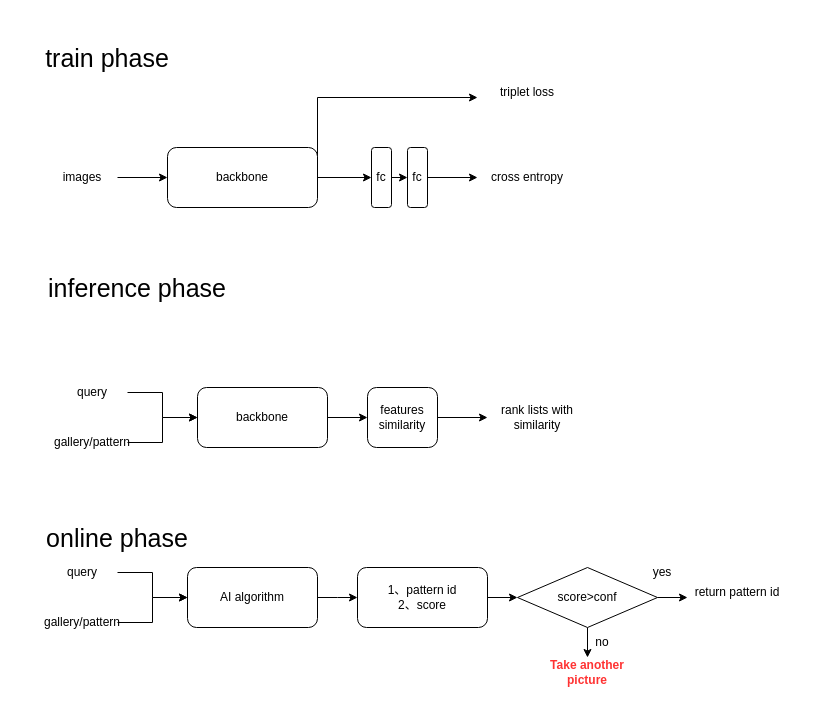
The draw.io diagram phone color.drawio in Linranran/my_images, before the edit. Source tidied: cells renumbered, new cells numbered last; positions are measured from the earlier drawing's top-left corner, leaving out a move shared by most shapes. Both pictures are drawn from the tidied source at 100%, with x=0, y=0 at pixel (17, 17).
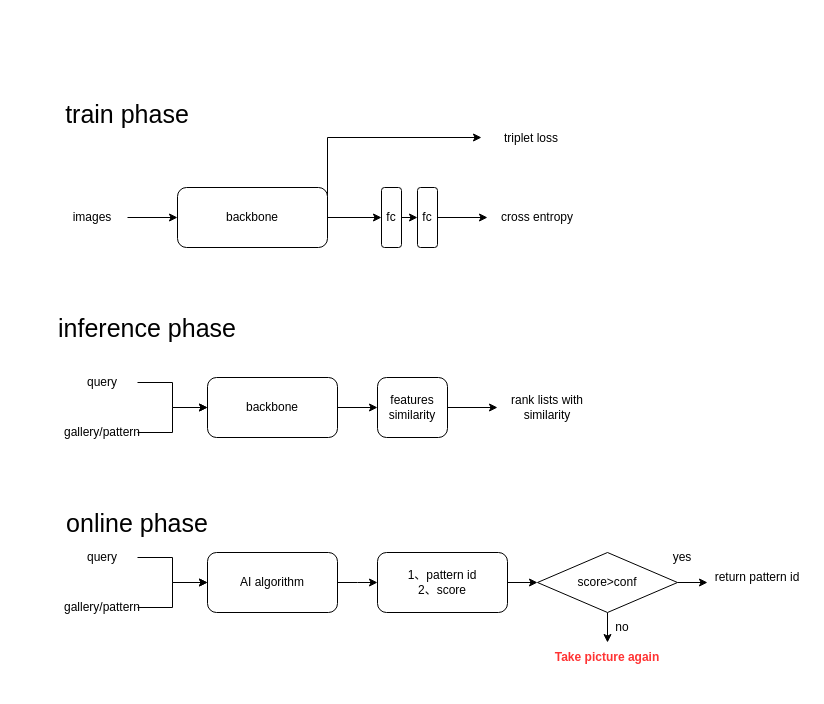
After the change.

Commit message:
后盖颜色识别流程图.drawio

Diff of the diagram source:
```diff
@@
     <mxCell id="3" style="edgeStyle=orthogonalEdgeStyle;rounded=0;jettySize=auto;html=1;exitX=1;exitY=0.5;exitDx=0;exitDy=0;" parent="1" edge="1" source="4" target="10">
       <mxGeometry relative="1" as="geometry">
         <Array as="points">
-          <mxPoint x="300" y="80" />
+          <mxPoint x="310" y="120" />
         </Array>
       </mxGeometry>
     </mxCell>
     <mxCell id="4" value="backbone" style="rounded=1;whiteSpace=wrap;html=1;" parent="1" vertex="1">
-      <mxGeometry x="150" y="130" width="150" height="60" as="geometry" />
+      <mxGeometry x="160" y="170" width="150" height="60" as="geometry" />
     </mxCell>
@@
     <mxCell id="6" value="fc" style="rounded=1;whiteSpace=wrap;html=1;" parent="1" vertex="1">
-      <mxGeometry x="354" y="130" width="20" height="60" as="geometry" />
+      <mxGeometry x="364" y="170" width="20" height="60" as="geometry" />
     </mxCell>
@@
     <mxCell id="8" value="fc" style="rounded=1;whiteSpace=wrap;html=1;" parent="1" vertex="1">
-      <mxGeometry x="390" y="130" width="20" height="60" as="geometry" />
+      <mxGeometry x="400" y="170" width="20" height="60" as="geometry" />
     </mxCell>
     <mxCell id="9" value="cross entropy" style="text;html=1;strokeColor=none;fillColor=none;align=center;verticalAlign=middle;whiteSpace=wrap;rounded=0;" parent="1" vertex="1">
-      <mxGeometry x="460" y="145" width="100" height="30" as="geometry" />
+      <mxGeometry x="470" y="185" width="100" height="30" as="geometry" />
     </mxCell>
     <mxCell id="10" value="triplet loss" style="text;html=1;strokeColor=none;fillColor=none;align=center;verticalAlign=middle;whiteSpace=wrap;rounded=0;" parent="1" vertex="1">
-      <mxGeometry x="460" y="60" width="100" height="30" as="geometry" />
+      <mxGeometry x="464" y="106" width="100" height="30" as="geometry" />
     </mxCell>
     <mxCell id="11" value="&lt;font style=&quot;font-size: 25px&quot;&gt;train phase&lt;/font&gt;" style="text;html=1;strokeColor=none;fillColor=none;align=center;verticalAlign=middle;whiteSpace=wrap;rounded=0;" parent="1" vertex="1">
-      <mxGeometry width="180" height="80" as="geometry" />
+      <mxGeometry x="20" y="56" width="180" height="80" as="geometry" />
     </mxCell>
     <mxCell id="12" value="&lt;font style=&quot;font-size: 25px&quot;&gt;inference phase&lt;/font&gt;" style="text;html=1;strokeColor=none;fillColor=none;align=center;verticalAlign=middle;whiteSpace=wrap;rounded=0;" parent="1" vertex="1">
-      <mxGeometry x="10" y="230" width="220" height="80" as="geometry" />
+      <mxGeometry x="20" y="270" width="220" height="80" as="geometry" />
     </mxCell>
@@
     <mxCell id="14" value="backbone" style="rounded=1;whiteSpace=wrap;html=1;" parent="1" vertex="1">
-      <mxGeometry x="180" y="370" width="130" height="60" as="geometry" />
+      <mxGeometry x="190" y="360" width="130" height="60" as="geometry" />
     </mxCell>
@@
     <mxCell id="16" value="images" style="text;html=1;strokeColor=none;fillColor=none;align=center;verticalAlign=middle;whiteSpace=wrap;rounded=0;" parent="1" vertex="1">
-      <mxGeometry x="30" y="145" width="70" height="30" as="geometry" />
+      <mxGeometry x="40" y="185" width="70" height="30" as="geometry" />
     </mxCell>
@@
     <mxCell id="18" value="query" style="text;html=1;strokeColor=none;fillColor=none;align=center;verticalAlign=middle;whiteSpace=wrap;rounded=0;" parent="1" vertex="1">
-      <mxGeometry x="40" y="360" width="70" height="30" as="geometry" />
+      <mxGeometry x="50" y="350" width="70" height="30" as="geometry" />
     </mxCell>
@@
     <mxCell id="20" value="gallery/pattern" style="text;html=1;strokeColor=none;fillColor=none;align=center;verticalAlign=middle;whiteSpace=wrap;rounded=0;" parent="1" vertex="1">
-      <mxGeometry x="40" y="410" width="70" height="30" as="geometry" />
+      <mxGeometry x="50" y="400" width="70" height="30" as="geometry" />
     </mxCell>
@@
     <mxCell id="22" value="features similarity" style="rounded=1;whiteSpace=wrap;html=1;" parent="1" vertex="1">
-      <mxGeometry x="350" y="370" width="70" height="60" as="geometry" />
+      <mxGeometry x="360" y="360" width="70" height="60" as="geometry" />
     </mxCell>
     <mxCell id="23" value="rank lists with similarity" style="text;html=1;strokeColor=none;fillColor=none;align=center;verticalAlign=middle;whiteSpace=wrap;rounded=0;" parent="1" vertex="1">
-      <mxGeometry x="470" y="385" width="100" height="30" as="geometry" />
+      <mxGeometry x="480" y="375" width="100" height="30" as="geometry" />
     </mxCell>
     <mxCell id="24" value="&lt;font style=&quot;font-size: 25px&quot;&gt;online phase&lt;/font&gt;" style="text;html=1;strokeColor=none;fillColor=none;align=center;verticalAlign=middle;whiteSpace=wrap;rounded=0;" parent="1" vertex="1">
-      <mxGeometry x="10" y="480" width="180" height="80" as="geometry" />
+      <mxGeometry x="30" y="465" width="180" height="80" as="geometry" />
     </mxCell>
     <mxCell id="25" style="edgeStyle=orthogonalEdgeStyle;rounded=0;jettySize=auto;html=1;fontSize=25;" parent="1" edge="1" source="26">
       <mxGeometry relative="1" as="geometry">
-        <mxPoint x="340" y="580" as="targetPoint" />
+        <mxPoint x="360" y="565" as="targetPoint" />
       </mxGeometry>
     </mxCell>
     <mxCell id="26" value="AI algorithm" style="rounded=1;whiteSpace=wrap;html=1;" parent="1" vertex="1">
-      <mxGeometry x="170" y="550" width="130" height="60" as="geometry" />
+      <mxGeometry x="190" y="535" width="130" height="60" as="geometry" />
     </mxCell>
@@
     <mxCell id="28" value="query" style="text;html=1;strokeColor=none;fillColor=none;align=center;verticalAlign=middle;whiteSpace=wrap;rounded=0;" parent="1" vertex="1">
-      <mxGeometry x="30" y="540" width="70" height="30" as="geometry" />
+      <mxGeometry x="50" y="525" width="70" height="30" as="geometry" />
     </mxCell>
@@
     <mxCell id="30" value="gallery/pattern" style="text;html=1;strokeColor=none;fillColor=none;align=center;verticalAlign=middle;whiteSpace=wrap;rounded=0;" parent="1" vertex="1">
-      <mxGeometry x="30" y="590" width="70" height="30" as="geometry" />
+      <mxGeometry x="50" y="575" width="70" height="30" as="geometry" />
     </mxCell>
@@
     <mxCell id="32" value="1、pattern id&lt;br&gt;2、score" style="rounded=1;whiteSpace=wrap;html=1;" parent="1" vertex="1">
-      <mxGeometry x="340" y="550" width="130" height="60" as="geometry" />
+      <mxGeometry x="360" y="535" width="130" height="60" as="geometry" />
     </mxCell>
     <mxCell id="33" style="edgeStyle=orthogonalEdgeStyle;rounded=0;jettySize=auto;html=1;exitX=1;exitY=0.5;exitDx=0;exitDy=0;" parent="1" edge="1" source="35">
       <mxGeometry relative="1" as="geometry">
-        <mxPoint x="670" y="580" as="targetPoint" />
+        <mxPoint x="690" y="565" as="targetPoint" />
       </mxGeometry>
     </mxCell>
@@
     <mxCell id="35" value="score&amp;gt;conf" style="rhombus;whiteSpace=wrap;html=1;" parent="1" vertex="1">
-      <mxGeometry x="500" y="550" width="140" height="60" as="geometry" />
+      <mxGeometry x="520" y="535" width="140" height="60" as="geometry" />
     </mxCell>
     <mxCell id="36" value="return pattern id" style="text;html=1;strokeColor=none;fillColor=none;align=center;verticalAlign=middle;whiteSpace=wrap;rounded=0;" parent="1" vertex="1">
-      <mxGeometry x="670" y="560" width="100" height="30" as="geometry" />
+      <mxGeometry x="690" y="545" width="100" height="30" as="geometry" />
     </mxCell>
-    <mxCell id="37" value="&lt;b&gt;&lt;font color=&quot;#ff3333&quot;&gt;Take another picture&lt;/font&gt;&lt;/b&gt;" style="text;html=1;strokeColor=none;fillColor=none;align=center;verticalAlign=middle;whiteSpace=wrap;rounded=0;" parent="1" vertex="1">
-      <mxGeometry x="520" y="640" width="100" height="30" as="geometry" />
+    <mxCell id="37" value="&lt;b&gt;&lt;font color=&quot;#ff3333&quot;&gt;Take picture again&lt;/font&gt;&lt;/b&gt;" style="text;html=1;strokeColor=none;fillColor=none;align=center;verticalAlign=middle;whiteSpace=wrap;rounded=0;" parent="1" vertex="1">
+      <mxGeometry x="530" y="625" width="120" height="30" as="geometry" />
     </mxCell>
     <mxCell id="38" value="yes" style="text;html=1;strokeColor=none;fillColor=none;align=center;verticalAlign=middle;whiteSpace=wrap;rounded=0;" parent="1" vertex="1">
-      <mxGeometry x="630" y="540" width="30" height="30" as="geometry" />
+      <mxGeometry x="650" y="525" width="30" height="30" as="geometry" />
     </mxCell>
     <mxCell id="39" value="no" style="text;html=1;strokeColor=none;fillColor=none;align=center;verticalAlign=middle;whiteSpace=wrap;rounded=0;" parent="1" vertex="1">
-      <mxGeometry x="570" y="610" width="30" height="30" as="geometry" />
+      <mxGeometry x="590" y="595" width="30" height="30" as="geometry" />
     </mxCell>
```
